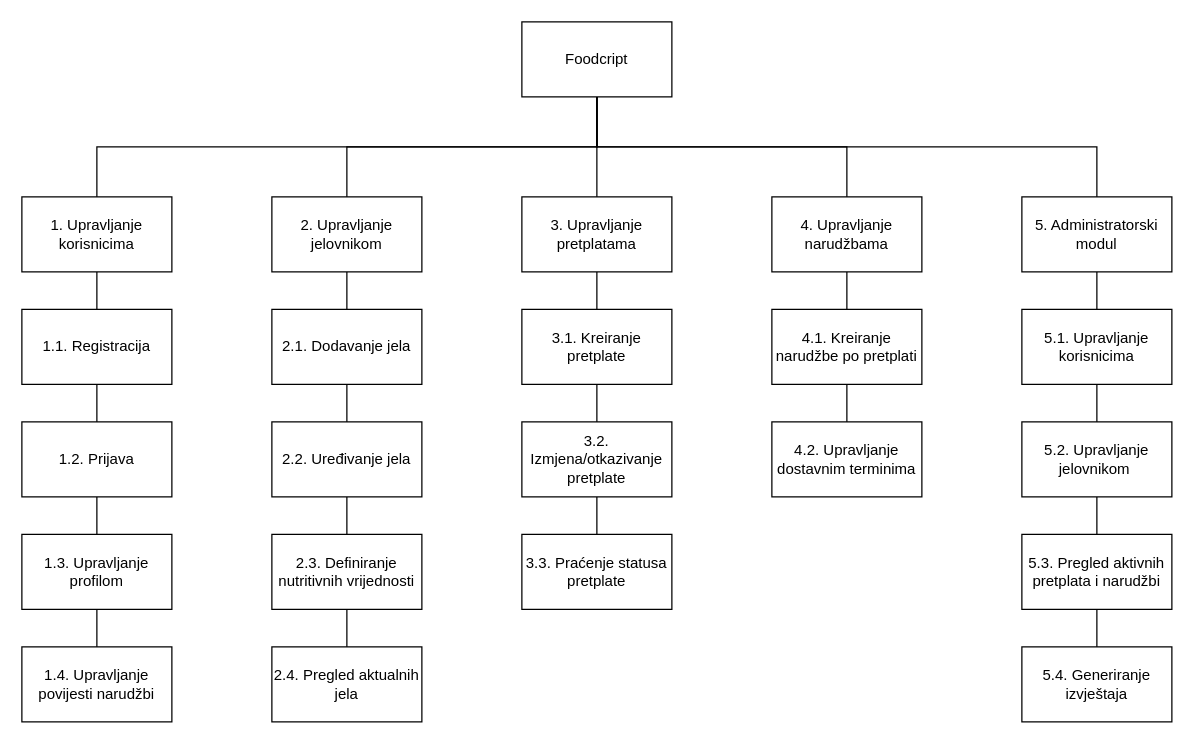
This is page "Page-1" (1 of 4) of frontend/src/assets/dijagrami_klasa.drawio from Nikola-JP/Foodcription, a draw.io file, before an edit. Source tidied: cells renumbered, new cells numbered last; positions are measured from the earlier drawing's top-left corner, leaving out a move shared by most shapes. Both pictures are drawn from the tidied source at 125%, with x=0, y=0 at pixel (21, 21).
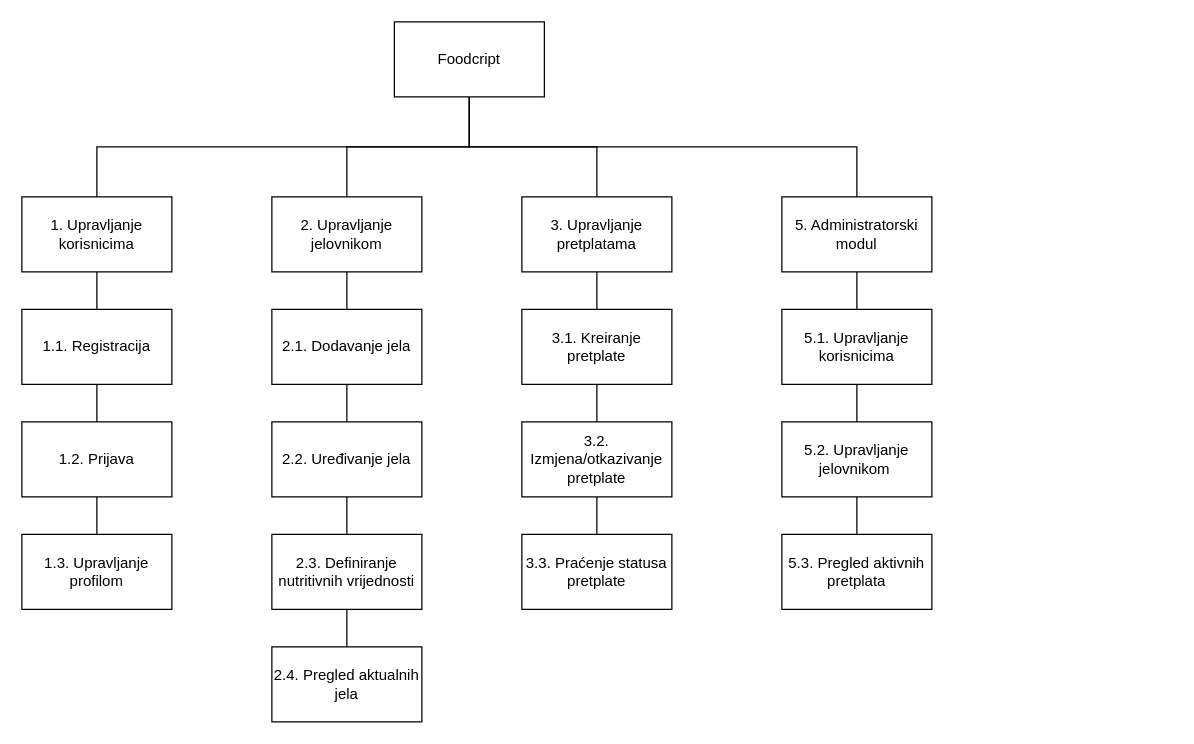
After the change.

The change refers to these unchanged cells:
```xml
<mxCell id="23" value="1.3. Upravljanje profilom" style="rounded=0;whiteSpace=wrap;html=1;" parent="1" vertex="1">
  <mxGeometry y="410" width="120" height="60" as="geometry" />
</mxCell>
```

What changed in the source:
```diff
@@
-    <mxCell id="3" style="edgeStyle=orthogonalEdgeStyle;rounded=0;jettySize=auto;html=1;exitX=0.5;exitY=1;exitDx=0;exitDy=0;entryX=0.5;entryY=0;entryDx=0;entryDy=0;endArrow=none;startFill=0;" parent="1" edge="1" source="7" target="13">
-      <mxGeometry relative="1" as="geometry" />
-    </mxCell>
@@
     <mxCell id="7" value="Foodcript" style="rounded=0;whiteSpace=wrap;html=1;" parent="1" vertex="1">
-      <mxGeometry x="400" width="120" height="60" as="geometry" />
+      <mxGeometry x="298" width="120" height="60" as="geometry" />
     </mxCell>
@@
-    <mxCell id="12" style="edgeStyle=orthogonalEdgeStyle;rounded=0;jettySize=auto;html=1;exitX=0.5;exitY=1;exitDx=0;exitDy=0;entryX=0.5;entryY=0;entryDx=0;entryDy=0;endArrow=none;startFill=0;" parent="1" edge="1" source="13" target="38">
-      <mxGeometry relative="1" as="geometry" />
-    </mxCell>
-    <mxCell id="13" value="4. Upravljanje narudžbama" style="rounded=0;whiteSpace=wrap;html=1;" parent="1" vertex="1">
-      <mxGeometry x="600" y="140" width="120" height="60" as="geometry" />
-    </mxCell>
@@
     <mxCell id="15" value="5. Administratorski modul" style="rounded=0;whiteSpace=wrap;html=1;" parent="1" vertex="1">
-      <mxGeometry x="800" y="140" width="120" height="60" as="geometry" />
+      <mxGeometry x="608" y="140" width="120" height="60" as="geometry" />
     </mxCell>
@@
-    <mxCell id="22" style="edgeStyle=orthogonalEdgeStyle;rounded=0;jettySize=auto;html=1;exitX=0.5;exitY=1;exitDx=0;exitDy=0;entryX=0.5;entryY=0;entryDx=0;entryDy=0;endArrow=none;startFill=0;" parent="1" edge="1" source="23" target="24">
-      <mxGeometry relative="1" as="geometry" />
-    </mxCell>
@@
-    <mxCell id="24" value="1.4. Upravljanje povijesti narudžbi" style="rounded=0;whiteSpace=wrap;html=1;" parent="1" vertex="1">
-      <mxGeometry y="500" width="120" height="60" as="geometry" />
-    </mxCell>
@@
-    <mxCell id="37" style="edgeStyle=orthogonalEdgeStyle;rounded=0;jettySize=auto;html=1;exitX=0.5;exitY=1;exitDx=0;exitDy=0;entryX=0.5;entryY=0;entryDx=0;entryDy=0;endArrow=none;startFill=0;" parent="1" edge="1" source="38" target="39">
-      <mxGeometry relative="1" as="geometry" />
-    </mxCell>
-    <mxCell id="38" value="4.1. Kreiranje narudžbe po pretplati" style="rounded=0;whiteSpace=wrap;html=1;" parent="1" vertex="1">
-      <mxGeometry x="600" y="230" width="120" height="60" as="geometry" />
-    </mxCell>
-    <mxCell id="39" value="4.2. Upravljanje dostavnim terminima" style="rounded=0;whiteSpace=wrap;html=1;" parent="1" vertex="1">
-      <mxGeometry x="600" y="320" width="120" height="60" as="geometry" />
-    </mxCell>
@@
     <mxCell id="41" value="5.1. Upravljanje korisnicima" style="rounded=0;whiteSpace=wrap;html=1;" parent="1" vertex="1">
-      <mxGeometry x="800" y="230" width="120" height="60" as="geometry" />
+      <mxGeometry x="608" y="230" width="120" height="60" as="geometry" />
     </mxCell>
@@
     <mxCell id="43" value="5.2. Upravljanje jelovnikom&amp;nbsp;" style="rounded=0;whiteSpace=wrap;html=1;" parent="1" vertex="1">
-      <mxGeometry x="800" y="320" width="120" height="60" as="geometry" />
+      <mxGeometry x="608" y="320" width="120" height="60" as="geometry" />
     </mxCell>
-    <mxCell id="44" style="edgeStyle=orthogonalEdgeStyle;rounded=0;jettySize=auto;html=1;exitX=0.5;exitY=1;exitDx=0;exitDy=0;entryX=0.5;entryY=0;entryDx=0;entryDy=0;endArrow=none;startFill=0;" parent="1" edge="1" source="45" target="46">
-      <mxGeometry relative="1" as="geometry" />
-    </mxCell>
-    <mxCell id="45" value="5.3. Pregled aktivnih pretplata i narudžbi" style="rounded=0;whiteSpace=wrap;html=1;" parent="1" vertex="1">
-      <mxGeometry x="800" y="410" width="120" height="60" as="geometry" />
+    <mxCell id="45" value="5.3. Pregled aktivnih pretplata" style="rounded=0;whiteSpace=wrap;html=1;" parent="1" vertex="1">
+      <mxGeometry x="608" y="410" width="120" height="60" as="geometry" />
     </mxCell>
-    <mxCell id="46" value="5.4. Generiranje izvještaja" style="rounded=0;whiteSpace=wrap;html=1;" parent="1" vertex="1">
-      <mxGeometry x="800" y="500" width="120" height="60" as="geometry" />
-    </mxCell>
```
